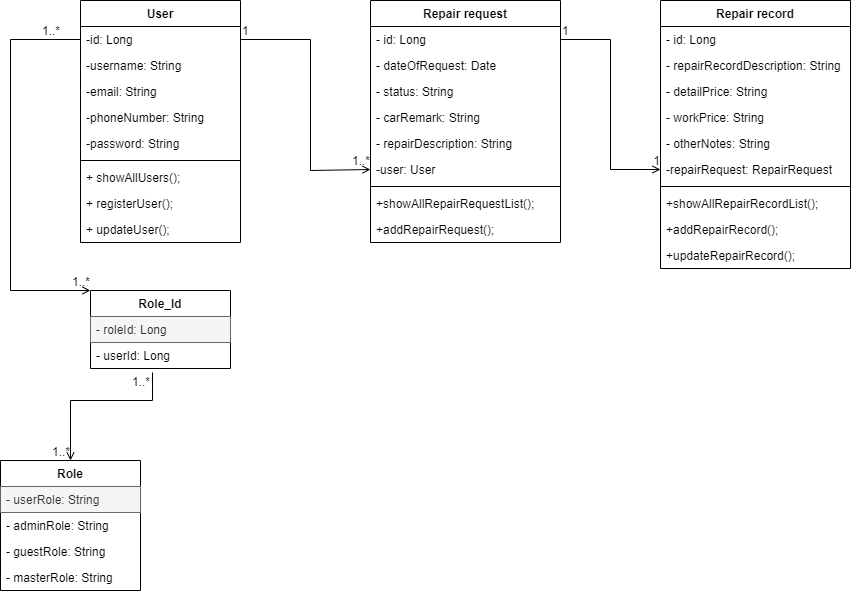
MishaAvizhen/ServiceStation keeps this draw.io diagram as docs/class_diagram.png. Above is the earlier version. Source tidied: cells renumbered, new cells last; positions are measured from the earlier drawing's top-left corner, leaving out a move shared by most shapes. Source of this version:
```xml
<mxGraphModel>
  <root>
    <mxCell id="0" />
    <mxCell id="1" parent="0" />
    <mxCell id="2" value="User" style="swimlane;fontStyle=1;align=center;verticalAlign=top;horizontal=1;startSize=26;" parent="1" vertex="1">
      <mxGeometry x="80" width="160" height="242" as="geometry" />
    </mxCell>
    <mxCell id="3" value="-id: Long" style="text;strokeColor=none;fillColor=none;align=left;verticalAlign=top;spacingLeft=4;spacingRight=4;overflow=hidden;points=[[0,0.5],[1,0.5]];portConstraint=eastwest;" parent="2" vertex="1">
      <mxGeometry y="26" width="160" height="26" as="geometry" />
    </mxCell>
    <mxCell id="4" value="-username: String" style="text;strokeColor=none;fillColor=none;align=left;verticalAlign=top;spacingLeft=4;spacingRight=4;overflow=hidden;points=[[0,0.5],[1,0.5]];portConstraint=eastwest;" parent="2" vertex="1">
      <mxGeometry y="52" width="160" height="26" as="geometry" />
    </mxCell>
    <mxCell id="5" value="-email: String" style="text;strokeColor=none;fillColor=none;align=left;verticalAlign=top;spacingLeft=4;spacingRight=4;overflow=hidden;" parent="2" vertex="1">
      <mxGeometry y="78" width="160" height="26" as="geometry" />
    </mxCell>
    <mxCell id="6" value="-phoneNumber: String" style="text;strokeColor=none;fillColor=none;align=left;verticalAlign=top;spacingLeft=4;spacingRight=4;overflow=hidden;" parent="2" vertex="1">
      <mxGeometry y="104" width="160" height="26" as="geometry" />
    </mxCell>
    <mxCell id="7" value="-password: String" style="text;strokeColor=none;fillColor=none;align=left;verticalAlign=top;spacingLeft=4;spacingRight=4;overflow=hidden;" parent="2" vertex="1">
      <mxGeometry y="130" width="160" height="26" as="geometry" />
    </mxCell>
    <mxCell id="8" style="line;strokeWidth=1;fillColor=none;align=left;verticalAlign=middle;spacingTop=-1;spacingLeft=3;spacingRight=3;labelPosition=right;" parent="2" vertex="1">
      <mxGeometry y="156" width="160" height="8" as="geometry" />
    </mxCell>
    <mxCell id="9" value="+ showAllUsers();" style="text;strokeColor=none;fillColor=none;align=left;verticalAlign=top;spacingLeft=4;spacingRight=4;overflow=hidden;" parent="2" vertex="1">
      <mxGeometry y="164" width="160" height="26" as="geometry" />
    </mxCell>
    <mxCell id="10" value="+ registerUser();" style="text;strokeColor=none;fillColor=none;align=left;verticalAlign=top;spacingLeft=4;spacingRight=4;overflow=hidden;" parent="2" vertex="1">
      <mxGeometry y="190" width="160" height="26" as="geometry" />
    </mxCell>
    <mxCell id="11" value="+ updateUser();" style="text;strokeColor=none;fillColor=none;align=left;verticalAlign=top;spacingLeft=4;spacingRight=4;overflow=hidden;" parent="2" vertex="1">
      <mxGeometry y="216" width="160" height="26" as="geometry" />
    </mxCell>
    <mxCell id="12" value="Repair record" style="swimlane;fontStyle=1;align=center;verticalAlign=top;horizontal=1;startSize=26;" parent="1" vertex="1">
      <mxGeometry x="660" width="190" height="268" as="geometry" />
    </mxCell>
    <mxCell id="13" value="- id: Long" style="text;strokeColor=none;fillColor=none;align=left;verticalAlign=top;spacingLeft=4;spacingRight=4;overflow=hidden;" parent="12" vertex="1">
      <mxGeometry y="26" width="190" height="26" as="geometry" />
    </mxCell>
    <mxCell id="14" value="- repairRecordDescription: String" style="text;strokeColor=none;fillColor=none;align=left;verticalAlign=top;spacingLeft=4;spacingRight=4;overflow=hidden;" parent="12" vertex="1">
      <mxGeometry y="52" width="190" height="26" as="geometry" />
    </mxCell>
    <mxCell id="15" value="- detailPrice: String" style="text;strokeColor=none;fillColor=none;align=left;verticalAlign=top;spacingLeft=4;spacingRight=4;overflow=hidden;" parent="12" vertex="1">
      <mxGeometry y="78" width="190" height="26" as="geometry" />
    </mxCell>
    <mxCell id="16" value="- workPrice: String" style="text;strokeColor=none;fillColor=none;align=left;verticalAlign=top;spacingLeft=4;spacingRight=4;overflow=hidden;" parent="12" vertex="1">
      <mxGeometry y="104" width="190" height="26" as="geometry" />
    </mxCell>
    <mxCell id="17" value="- otherNotes: String" style="text;strokeColor=none;fillColor=none;align=left;verticalAlign=top;spacingLeft=4;spacingRight=4;overflow=hidden;" parent="12" vertex="1">
      <mxGeometry y="130" width="190" height="26" as="geometry" />
    </mxCell>
    <mxCell id="18" value="-repairRequest: RepairRequest" style="text;strokeColor=none;fillColor=none;align=left;verticalAlign=top;spacingLeft=4;spacingRight=4;overflow=hidden;points=[[0,0.5],[1,0.5]];portConstraint=eastwest;" parent="12" vertex="1">
      <mxGeometry y="156" width="190" height="26" as="geometry" />
    </mxCell>
    <mxCell id="19" style="line;strokeWidth=1;fillColor=none;align=left;verticalAlign=middle;spacingTop=-1;spacingLeft=3;spacingRight=3;labelPosition=right;" parent="12" vertex="1">
      <mxGeometry y="182" width="190" height="8" as="geometry" />
    </mxCell>
    <mxCell id="20" value="+showAllRepairRecordList();" style="text;strokeColor=none;fillColor=none;align=left;verticalAlign=top;spacingLeft=4;spacingRight=4;overflow=hidden;" parent="12" vertex="1">
      <mxGeometry y="190" width="190" height="26" as="geometry" />
    </mxCell>
    <mxCell id="21" value="+addRepairRecord();" style="text;strokeColor=none;fillColor=none;align=left;verticalAlign=top;spacingLeft=4;spacingRight=4;overflow=hidden;" parent="12" vertex="1">
      <mxGeometry y="216" width="190" height="26" as="geometry" />
    </mxCell>
    <mxCell id="22" value="+updateRepairRecord();" style="text;strokeColor=none;fillColor=none;align=left;verticalAlign=top;spacingLeft=4;spacingRight=4;overflow=hidden;" parent="12" vertex="1">
      <mxGeometry y="242" width="190" height="26" as="geometry" />
    </mxCell>
    <mxCell id="23" value="Repair request" style="swimlane;fontStyle=1;align=center;verticalAlign=top;horizontal=1;startSize=26;" parent="1" vertex="1">
      <mxGeometry x="370" width="190" height="242" as="geometry" />
    </mxCell>
    <mxCell id="24" value="- id: Long" style="text;strokeColor=none;fillColor=none;align=left;verticalAlign=top;spacingLeft=4;spacingRight=4;overflow=hidden;points=[[0,0.5],[1,0.5]];portConstraint=eastwest;" parent="23" vertex="1">
      <mxGeometry y="26" width="190" height="26" as="geometry" />
    </mxCell>
    <mxCell id="25" value="- dateOfRequest: Date" style="text;strokeColor=none;fillColor=none;align=left;verticalAlign=top;spacingLeft=4;spacingRight=4;overflow=hidden;" parent="23" vertex="1">
      <mxGeometry y="52" width="190" height="26" as="geometry" />
    </mxCell>
    <mxCell id="26" value="- status: String" style="text;strokeColor=none;fillColor=none;align=left;verticalAlign=top;spacingLeft=4;spacingRight=4;overflow=hidden;" parent="23" vertex="1">
      <mxGeometry y="78" width="190" height="26" as="geometry" />
    </mxCell>
    <mxCell id="27" value="- carRemark: String" style="text;strokeColor=none;fillColor=none;align=left;verticalAlign=top;spacingLeft=4;spacingRight=4;overflow=hidden;" parent="23" vertex="1">
      <mxGeometry y="104" width="190" height="26" as="geometry" />
    </mxCell>
    <mxCell id="28" value="- repairDescription: String" style="text;strokeColor=none;fillColor=none;align=left;verticalAlign=top;spacingLeft=4;spacingRight=4;overflow=hidden;" parent="23" vertex="1">
      <mxGeometry y="130" width="190" height="26" as="geometry" />
    </mxCell>
    <mxCell id="29" value="-user: User" style="text;strokeColor=none;fillColor=none;align=left;verticalAlign=top;spacingLeft=4;spacingRight=4;overflow=hidden;points=[[0,0.5],[1,0.5]];portConstraint=eastwest;" parent="23" vertex="1">
      <mxGeometry y="156" width="190" height="26" as="geometry" />
    </mxCell>
    <mxCell id="30" style="line;strokeWidth=1;fillColor=none;align=left;verticalAlign=middle;spacingTop=-1;spacingLeft=3;spacingRight=3;labelPosition=right;" parent="23" vertex="1">
      <mxGeometry y="182" width="190" height="8" as="geometry" />
    </mxCell>
    <mxCell id="31" value="+showAllRepairRequestList();" style="text;strokeColor=none;fillColor=none;align=left;verticalAlign=top;spacingLeft=4;spacingRight=4;overflow=hidden;" parent="23" vertex="1">
      <mxGeometry y="190" width="190" height="26" as="geometry" />
    </mxCell>
    <mxCell id="32" value="+addRepairRequest();" style="text;strokeColor=none;fillColor=none;align=left;verticalAlign=top;spacingLeft=4;spacingRight=4;overflow=hidden;" parent="23" vertex="1">
      <mxGeometry y="216" width="190" height="26" as="geometry" />
    </mxCell>
    <mxCell id="33" value="Role" style="swimlane;fontStyle=1;horizontal=1;startSize=26;fillColor=none;" parent="1" vertex="1">
      <mxGeometry y="460" width="140" height="130" as="geometry" />
    </mxCell>
    <mxCell id="34" value="- userRole: String" style="text;strokeColor=#666666;fillColor=#f5f5f5;align=left;verticalAlign=top;spacingLeft=4;spacingRight=4;overflow=hidden;fontColor=#333333;" parent="33" vertex="1">
      <mxGeometry y="26" width="140" height="26" as="geometry" />
    </mxCell>
    <mxCell id="35" value="- adminRole: String" style="text;strokeColor=none;fillColor=none;align=left;verticalAlign=top;spacingLeft=4;spacingRight=4;overflow=hidden;" parent="33" vertex="1">
      <mxGeometry y="52" width="140" height="26" as="geometry" />
    </mxCell>
    <mxCell id="36" value="- guestRole: String" style="text;strokeColor=none;fillColor=none;align=left;verticalAlign=top;spacingLeft=4;spacingRight=4;overflow=hidden;" parent="33" vertex="1">
      <mxGeometry y="78" width="140" height="26" as="geometry" />
    </mxCell>
    <mxCell id="37" value="- masterRole: String" style="text;strokeColor=none;fillColor=none;align=left;verticalAlign=top;spacingLeft=4;spacingRight=4;overflow=hidden;" parent="33" vertex="1">
      <mxGeometry y="104" width="140" height="26" as="geometry" />
    </mxCell>
    <mxCell id="38" style="endArrow=open;html=1;rounded=0;align=center;verticalAlign=top;endFill=0;labelBackgroundColor=none;exitX=0;exitY=0.5;exitDx=0;exitDy=0;entryX=0;entryY=0;entryDx=0;entryDy=0;" parent="1" edge="1" source="3" target="47">
      <mxGeometry relative="1" as="geometry">
        <Array as="points">
          <mxPoint x="10" y="39" />
          <mxPoint x="10" y="290" />
        </Array>
      </mxGeometry>
    </mxCell>
    <mxCell id="39" value="1..*" style="html=1;align=left;verticalAlign=bottom;labelBackgroundColor=none;" parent="38" vertex="1">
      <mxGeometry x="-1" relative="1" as="geometry">
        <mxPoint x="-40" as="offset" />
      </mxGeometry>
    </mxCell>
    <mxCell id="40" value="1..*" style="html=1;align=right;verticalAlign=bottom;labelBackgroundColor=none;" parent="38" vertex="1">
      <mxGeometry x="1" relative="1" as="geometry" />
    </mxCell>
    <mxCell id="41" style="endArrow=open;html=1;rounded=0;align=center;verticalAlign=top;endFill=0;labelBackgroundColor=none;exitX=1;exitY=0.5;exitDx=0;exitDy=0;entryX=0;entryY=0.5;entryDx=0;entryDy=0;" parent="1" edge="1" source="3" target="29">
      <mxGeometry relative="1" as="geometry">
        <Array as="points">
          <mxPoint x="310" y="39" />
          <mxPoint x="310" y="170" />
        </Array>
      </mxGeometry>
    </mxCell>
    <mxCell id="42" value="1" style="html=1;align=left;verticalAlign=bottom;labelBackgroundColor=none;" parent="41" vertex="1">
      <mxGeometry x="-1" relative="1" as="geometry" />
    </mxCell>
    <mxCell id="43" value="1..*" style="html=1;align=right;verticalAlign=bottom;labelBackgroundColor=none;" parent="41" vertex="1">
      <mxGeometry x="1" relative="1" as="geometry" />
    </mxCell>
    <mxCell id="44" style="endArrow=open;html=1;rounded=0;align=center;verticalAlign=top;endFill=0;labelBackgroundColor=none;exitX=1;exitY=0.5;exitDx=0;exitDy=0;entryX=0;entryY=0.5;entryDx=0;entryDy=0;" parent="1" edge="1" source="24" target="18">
      <mxGeometry relative="1" as="geometry">
        <Array as="points">
          <mxPoint x="610" y="39" />
          <mxPoint x="610" y="169" />
        </Array>
      </mxGeometry>
    </mxCell>
    <mxCell id="45" value="1" style="html=1;align=left;verticalAlign=bottom;labelBackgroundColor=none;" parent="44" vertex="1">
      <mxGeometry x="-1" relative="1" as="geometry" />
    </mxCell>
    <mxCell id="46" value="1" style="html=1;align=right;verticalAlign=bottom;labelBackgroundColor=none;" parent="44" vertex="1">
      <mxGeometry x="1" relative="1" as="geometry" />
    </mxCell>
    <mxCell id="47" value="Role_Id" style="swimlane;fontStyle=1;horizontal=1;startSize=26;fillColor=none;" parent="1" vertex="1">
      <mxGeometry x="90" y="290" width="140" height="78" as="geometry" />
    </mxCell>
    <mxCell id="48" value="- roleId: Long" style="text;strokeColor=#666666;fillColor=#f5f5f5;align=left;verticalAlign=top;spacingLeft=4;spacingRight=4;overflow=hidden;fontColor=#333333;" parent="47" vertex="1">
      <mxGeometry y="26" width="140" height="26" as="geometry" />
    </mxCell>
    <mxCell id="49" value="- userId: Long" style="text;strokeColor=none;fillColor=none;align=left;verticalAlign=top;spacingLeft=4;spacingRight=4;overflow=hidden;points=[[0,0.5],[1,0.5]];portConstraint=eastwest;" parent="47" vertex="1">
      <mxGeometry y="52" width="140" height="26" as="geometry" />
    </mxCell>
    <mxCell id="50" style="html=1;align=right;verticalAlign=bottom;labelBackgroundColor=none;" parent="1" vertex="1">
      <mxGeometry x="100" y="300" as="geometry">
        <mxPoint x="54" y="83" as="offset" />
      </mxGeometry>
    </mxCell>
    <mxCell id="51" style="html=1;align=right;verticalAlign=bottom;labelBackgroundColor=none;" parent="1" vertex="1">
      <mxGeometry x="110" y="310" as="geometry">
        <mxPoint x="-56" y="101" as="offset" />
      </mxGeometry>
    </mxCell>
    <mxCell id="52" style="endArrow=open;html=1;rounded=0;align=center;verticalAlign=top;endFill=0;labelBackgroundColor=none;exitX=0.443;exitY=1.154;exitDx=0;exitDy=0;exitPerimeter=0;entryX=0.5;entryY=0;entryDx=0;entryDy=0;" parent="1" edge="1" source="49" target="33">
      <mxGeometry relative="1" as="geometry">
        <Array as="points">
          <mxPoint x="152" y="400" />
          <mxPoint x="70" y="400" />
        </Array>
      </mxGeometry>
    </mxCell>
    <mxCell id="53" value="1..*" style="html=1;align=left;verticalAlign=bottom;labelBackgroundColor=none;" parent="52" vertex="1">
      <mxGeometry x="-1" relative="1" as="geometry">
        <mxPoint x="-22" y="18" as="offset" />
      </mxGeometry>
    </mxCell>
    <mxCell id="54" value="1..*" style="html=1;align=right;verticalAlign=bottom;labelBackgroundColor=none;" parent="52" vertex="1">
      <mxGeometry x="1" relative="1" as="geometry" />
    </mxCell>
  </root>
</mxGraphModel>
```
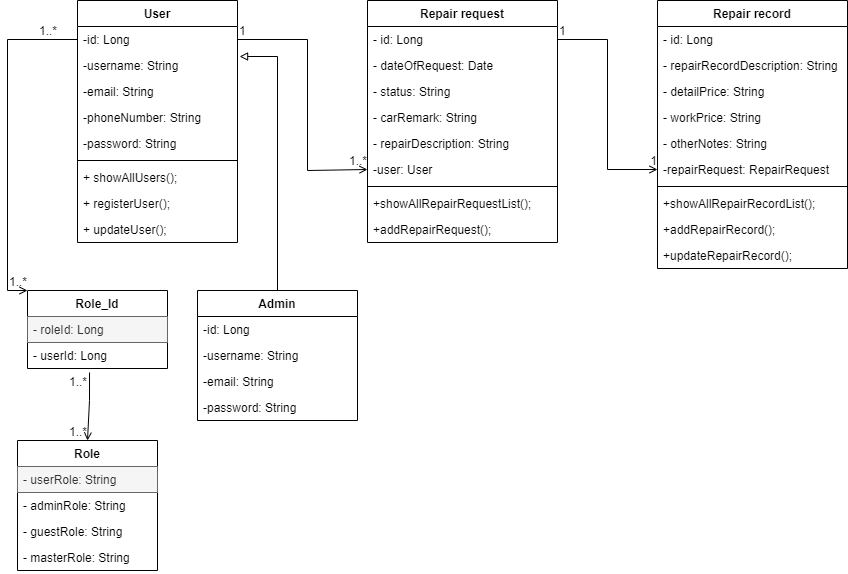
After the commit.

What changed in the source:
```diff
@@ -96,7 +96,7 @@
       <mxGeometry y="216" width="190" height="26" as="geometry" />
     </mxCell>
     <mxCell id="33" value="Role" style="swimlane;fontStyle=1;horizontal=1;startSize=26;fillColor=none;" parent="1" vertex="1">
-      <mxGeometry y="460" width="140" height="130" as="geometry" />
+      <mxGeometry x="20" y="440" width="140" height="130" as="geometry" />
     </mxCell>
     <mxCell id="34" value="- userRole: String" style="text;strokeColor=#666666;fillColor=#f5f5f5;align=left;verticalAlign=top;spacingLeft=4;spacingRight=4;overflow=hidden;fontColor=#333333;" parent="33" vertex="1">
       <mxGeometry y="26" width="140" height="26" as="geometry" />
@@ -155,7 +155,7 @@
       <mxGeometry x="1" relative="1" as="geometry" />
     </mxCell>
     <mxCell id="47" value="Role_Id" style="swimlane;fontStyle=1;horizontal=1;startSize=26;fillColor=none;" parent="1" vertex="1">
-      <mxGeometry x="90" y="290" width="140" height="78" as="geometry" />
+      <mxGeometry x="30" y="290" width="140" height="78" as="geometry" />
     </mxCell>
     <mxCell id="48" value="- roleId: Long" style="text;strokeColor=#666666;fillColor=#f5f5f5;align=left;verticalAlign=top;spacingLeft=4;spacingRight=4;overflow=hidden;fontColor=#333333;" parent="47" vertex="1">
       <mxGeometry y="26" width="140" height="26" as="geometry" />
@@ -176,8 +176,7 @@
     <mxCell id="52" style="endArrow=open;html=1;rounded=0;align=center;verticalAlign=top;endFill=0;labelBackgroundColor=none;exitX=0.443;exitY=1.154;exitDx=0;exitDy=0;exitPerimeter=0;entryX=0.5;entryY=0;entryDx=0;entryDy=0;" parent="1" edge="1" source="49" target="33">
       <mxGeometry relative="1" as="geometry">
         <Array as="points">
-          <mxPoint x="152" y="400" />
-          <mxPoint x="70" y="400" />
+          <mxPoint x="92" y="400" />
         </Array>
       </mxGeometry>
     </mxCell>
@@ -189,5 +188,23 @@
     <mxCell id="54" value="1..*" style="html=1;align=right;verticalAlign=bottom;labelBackgroundColor=none;" parent="52" vertex="1">
       <mxGeometry x="1" relative="1" as="geometry" />
     </mxCell>
+    <mxCell id="55" style="edgeStyle=orthogonalEdgeStyle;rounded=0;jettySize=auto;html=1;entryX=1.013;entryY=0.154;entryDx=0;entryDy=0;entryPerimeter=0;endArrow=block;endFill=0;" parent="1" edge="1" source="56" target="4">
+      <mxGeometry relative="1" as="geometry" />
+    </mxCell>
+    <mxCell id="56" value="Admin&#10;" style="swimlane;fontStyle=1;align=center;verticalAlign=top;horizontal=1;startSize=26;" parent="1" vertex="1">
+      <mxGeometry x="200" y="290" width="160" height="130" as="geometry" />
+    </mxCell>
+    <mxCell id="57" value="-id: Long" style="text;strokeColor=none;fillColor=none;align=left;verticalAlign=top;spacingLeft=4;spacingRight=4;overflow=hidden;" parent="56" vertex="1">
+      <mxGeometry y="26" width="160" height="26" as="geometry" />
+    </mxCell>
+    <mxCell id="58" value="-username: String" style="text;strokeColor=none;fillColor=none;align=left;verticalAlign=top;spacingLeft=4;spacingRight=4;overflow=hidden;" parent="56" vertex="1">
+      <mxGeometry y="52" width="160" height="26" as="geometry" />
+    </mxCell>
+    <mxCell id="59" value="-email: String" style="text;strokeColor=none;fillColor=none;align=left;verticalAlign=top;spacingLeft=4;spacingRight=4;overflow=hidden;" parent="56" vertex="1">
+      <mxGeometry y="78" width="160" height="26" as="geometry" />
+    </mxCell>
+    <mxCell id="60" value="-password: String" style="text;strokeColor=none;fillColor=none;align=left;verticalAlign=top;spacingLeft=4;spacingRight=4;overflow=hidden;" parent="56" vertex="1">
+      <mxGeometry y="104" width="160" height="26" as="geometry" />
+    </mxCell>
   </root>
 </mxGraphModel>
```
